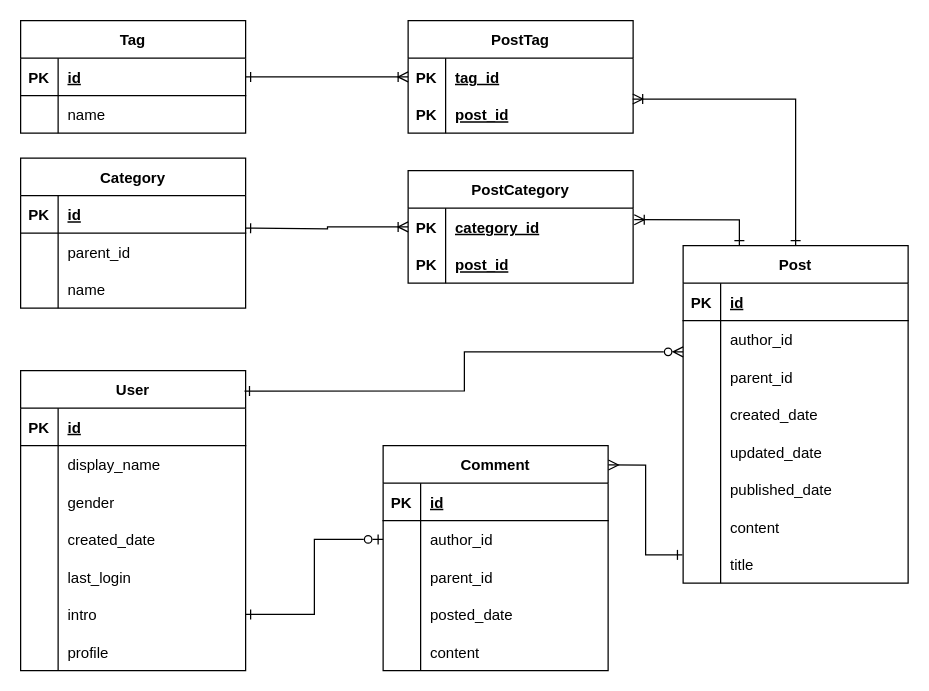
The draw.io diagram Diagram/ERD.drawio in HT-Dat/BlogSite_Server, before the edit. Source tidied: cells renumbered, new cells numbered last; positions are measured from the earlier drawing's top-left corner, leaving out a move shared by most shapes. Both pictures are drawn from the tidied source at 125%, with x=0, y=0 at pixel (20, 20).
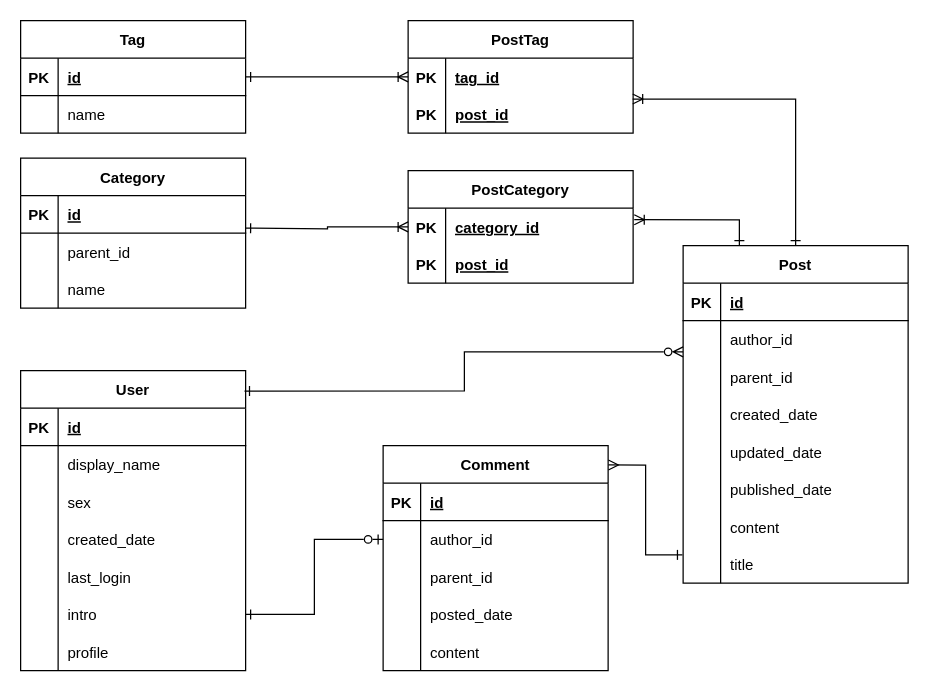
The same diagram, later.

Commit message:
Change gender field name to sex for matching ISO standard

Unchanged cells that the change refers to:
```xml
<mxCell id="9" style="shape=tableRow;horizontal=0;startSize=0;swimlaneHead=0;swimlaneBody=0;fillColor=none;top=0;left=0;right=0;bottom=0;" parent="2" vertex="1">
  <mxGeometry y="90" width="180" height="30" as="geometry" />
</mxCell>
```

The edit, as a diff of the source:
```diff
@@
-    <mxCell id="11" value="gender" style="shape=partialRectangle;fillColor=none;top=0;left=0;bottom=0;right=0;align=left;spacingLeft=6;overflow=hidden;" parent="9" vertex="1">
+    <mxCell id="11" value="sex" style="shape=partialRectangle;fillColor=none;top=0;left=0;bottom=0;right=0;align=left;spacingLeft=6;overflow=hidden;" parent="9" vertex="1">
       <mxGeometry x="30" width="150" height="30" as="geometry" />
     </mxCell>
```
